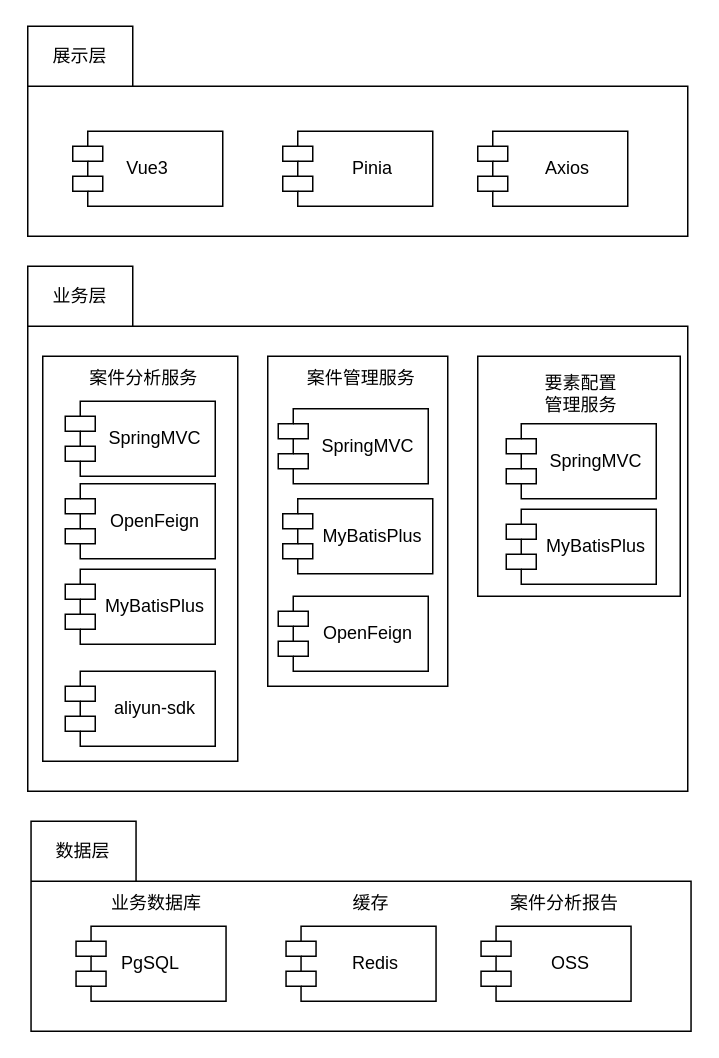
This is 系统开发视图.drawio from Lainy0605/graduate, a draw.io file, before an edit. Source tidied: cells renumbered, new cells numbered last; positions are measured from the earlier drawing's top-left corner, leaving out a move shared by most shapes. Both pictures are drawn from the tidied source at 150%, with x=0, y=0 at pixel (27, 26).
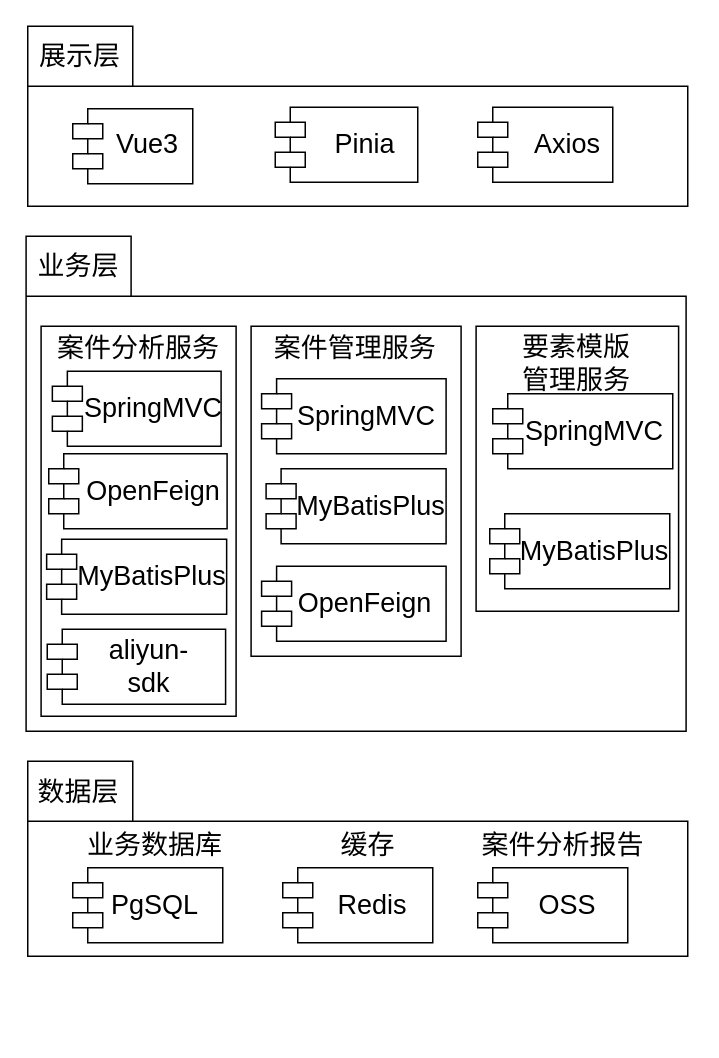
The same page after the edit.

Commit message:
更新系统开发视图.drawio

What changed in the source:
```diff
@@
-    <mxCell id="2" style="shape=folder;fontStyle=1;spacingTop=10;tabWidth=70;tabHeight=40;tabPosition=left;html=1;whiteSpace=wrap;" parent="1" vertex="1">
-      <mxGeometry width="440" height="140" as="geometry" />
+    <mxCell id="2" style="shape=folder;fontStyle=1;spacingTop=10;tabWidth=70;tabHeight=40;tabPosition=left;html=1;whiteSpace=wrap;fontSize=18;" parent="1" vertex="1">
+      <mxGeometry width="440" height="120" as="geometry" />
     </mxCell>
-    <mxCell id="3" value="展示层" style="text;html=1;whiteSpace=wrap;strokeColor=none;fillColor=none;align=center;verticalAlign=middle;rounded=0;" parent="1" vertex="1">
-      <mxGeometry x="10" width="50" height="40" as="geometry" />
+    <mxCell id="3" value="展示层" style="text;html=1;whiteSpace=wrap;strokeColor=none;fillColor=none;align=center;verticalAlign=middle;rounded=0;fontSize=18;" parent="1" vertex="1">
+      <mxGeometry x="5" width="60" height="40" as="geometry" />
     </mxCell>
-    <mxCell id="4" style="shape=module;align=left;spacingLeft=20;align=center;verticalAlign=top;whiteSpace=wrap;html=1;" parent="1" vertex="1">
-      <mxGeometry x="30" y="70" width="100" height="50" as="geometry" />
+    <mxCell id="4" style="shape=module;align=left;spacingLeft=20;align=center;verticalAlign=top;whiteSpace=wrap;html=1;fontSize=18;" parent="1" vertex="1">
+      <mxGeometry x="30" y="55" width="80" height="50" as="geometry" />
     </mxCell>
-    <mxCell id="5" value="Vue3" style="text;html=1;whiteSpace=wrap;strokeColor=none;fillColor=none;align=center;verticalAlign=middle;rounded=0;" parent="1" vertex="1">
-      <mxGeometry x="50" y="80" width="60" height="30" as="geometry" />
+    <mxCell id="5" value="Vue3" style="text;html=1;whiteSpace=wrap;strokeColor=none;fillColor=none;align=center;verticalAlign=middle;rounded=0;fontSize=18;" parent="1" vertex="1">
+      <mxGeometry x="50" y="64" width="60" height="30" as="geometry" />
     </mxCell>
-    <mxCell id="6" style="shape=module;align=left;spacingLeft=20;align=center;verticalAlign=top;whiteSpace=wrap;html=1;" parent="1" vertex="1">
-      <mxGeometry x="170" y="70" width="100" height="50" as="geometry" />
+    <mxCell id="6" style="shape=module;align=left;spacingLeft=20;align=center;verticalAlign=top;whiteSpace=wrap;html=1;fontSize=18;" parent="1" vertex="1">
+      <mxGeometry x="165" y="54" width="95" height="50" as="geometry" />
     </mxCell>
-    <mxCell id="7" value="Pinia" style="text;html=1;whiteSpace=wrap;strokeColor=none;fillColor=none;align=center;verticalAlign=middle;rounded=0;" parent="1" vertex="1">
-      <mxGeometry x="200" y="80" width="60" height="30" as="geometry" />
+    <mxCell id="7" value="Pinia" style="text;html=1;whiteSpace=wrap;strokeColor=none;fillColor=none;align=center;verticalAlign=middle;rounded=0;fontSize=18;" parent="1" vertex="1">
+      <mxGeometry x="195" y="64" width="60" height="30" as="geometry" />
     </mxCell>
-    <mxCell id="8" style="shape=module;align=left;spacingLeft=20;align=center;verticalAlign=top;whiteSpace=wrap;html=1;" parent="1" vertex="1">
-      <mxGeometry x="300" y="70" width="100" height="50" as="geometry" />
+    <mxCell id="8" style="shape=module;align=left;spacingLeft=20;align=center;verticalAlign=top;whiteSpace=wrap;html=1;fontSize=18;" parent="1" vertex="1">
+      <mxGeometry x="300" y="54" width="90" height="50" as="geometry" />
     </mxCell>
-    <mxCell id="9" value="Axios" style="text;html=1;whiteSpace=wrap;strokeColor=none;fillColor=none;align=center;verticalAlign=middle;rounded=0;" parent="1" vertex="1">
-      <mxGeometry x="330" y="80" width="60" height="30" as="geometry" />
+    <mxCell id="9" value="Axios" style="text;html=1;whiteSpace=wrap;strokeColor=none;fillColor=none;align=center;verticalAlign=middle;rounded=0;fontSize=18;" parent="1" vertex="1">
+      <mxGeometry x="330" y="64" width="60" height="30" as="geometry" />
     </mxCell>
-    <mxCell id="10" style="shape=folder;fontStyle=1;spacingTop=10;tabWidth=70;tabHeight=40;tabPosition=left;html=1;whiteSpace=wrap;" parent="1" vertex="1">
-      <mxGeometry y="160" width="440" height="350" as="geometry" />
+    <mxCell id="10" style="shape=folder;fontStyle=1;spacingTop=10;tabWidth=70;tabHeight=40;tabPosition=left;html=1;whiteSpace=wrap;fontSize=18;" parent="1" vertex="1">
+      <mxGeometry x="-1.1" y="140" width="440" height="330" as="geometry" />
     </mxCell>
-    <mxCell id="11" value="业务层" style="text;html=1;whiteSpace=wrap;strokeColor=none;fillColor=none;align=center;verticalAlign=middle;rounded=0;" parent="1" vertex="1">
-      <mxGeometry x="10" y="160" width="50" height="40" as="geometry" />
+    <mxCell id="11" value="业务层" style="text;html=1;whiteSpace=wrap;strokeColor=none;fillColor=none;align=center;verticalAlign=middle;rounded=0;fontSize=18;" parent="1" vertex="1">
+      <mxGeometry x="3.9" y="140" width="60" height="40" as="geometry" />
     </mxCell>
-    <mxCell id="12" style="html=1;whiteSpace=wrap;" parent="1" vertex="1">
-      <mxGeometry x="300" y="220" width="135" height="160" as="geometry" />
+    <mxCell id="12" style="html=1;whiteSpace=wrap;fontSize=18;" parent="1" vertex="1">
+      <mxGeometry x="298.9" y="200" width="135" height="190" as="geometry" />
     </mxCell>
-    <mxCell id="13" value="要素配置管理服务" style="text;html=1;whiteSpace=wrap;strokeColor=none;fillColor=none;align=center;verticalAlign=middle;rounded=0;" parent="1" vertex="1">
-      <mxGeometry x="339" y="230" width="60" height="30" as="geometry" />
+    <mxCell id="13" value="要素模版管理服务" style="text;html=1;whiteSpace=wrap;strokeColor=none;fillColor=none;align=center;verticalAlign=middle;rounded=0;fontSize=18;" parent="1" vertex="1">
+      <mxGeometry x="325.3" y="210" width="82.1" height="30" as="geometry" />
     </mxCell>
-    <mxCell id="14" style="shape=module;align=left;spacingLeft=20;align=center;verticalAlign=top;whiteSpace=wrap;html=1;" parent="1" vertex="1">
-      <mxGeometry x="319" y="265" width="100" height="50" as="geometry" />
+    <mxCell id="14" style="shape=module;align=left;spacingLeft=20;align=center;verticalAlign=top;whiteSpace=wrap;html=1;fontSize=18;" parent="1" vertex="1">
+      <mxGeometry x="310" y="245" width="120" height="50" as="geometry" />
     </mxCell>
-    <mxCell id="15" value="SpringMVC" style="text;html=1;whiteSpace=wrap;strokeColor=none;fillColor=none;align=center;verticalAlign=middle;rounded=0;" parent="1" vertex="1">
-      <mxGeometry x="349" y="275" width="60" height="30" as="geometry" />
+    <mxCell id="15" value="SpringMVC" style="text;html=1;whiteSpace=wrap;strokeColor=none;fillColor=none;align=center;verticalAlign=middle;rounded=0;fontSize=18;" parent="1" vertex="1">
+      <mxGeometry x="347.9" y="255" width="60" height="30" as="geometry" />
     </mxCell>
-    <mxCell id="16" style="shape=folder;fontStyle=1;spacingTop=10;tabWidth=70;tabHeight=40;tabPosition=left;html=1;whiteSpace=wrap;" parent="1" vertex="1">
-      <mxGeometry x="2.2" y="530" width="440" height="140" as="geometry" />
+    <mxCell id="16" style="shape=folder;fontStyle=1;spacingTop=10;tabWidth=70;tabHeight=40;tabPosition=left;html=1;whiteSpace=wrap;fontSize=18;" parent="1" vertex="1">
+      <mxGeometry y="490" width="440" height="130" as="geometry" />
     </mxCell>
-    <mxCell id="17" value="数据层" style="text;html=1;whiteSpace=wrap;strokeColor=none;fillColor=none;align=center;verticalAlign=middle;rounded=0;" parent="1" vertex="1">
-      <mxGeometry x="12.2" y="530" width="50" height="40" as="geometry" />
+    <mxCell id="17" value="数据层" style="text;html=1;whiteSpace=wrap;strokeColor=none;fillColor=none;align=center;verticalAlign=middle;rounded=0;fontSize=18;" parent="1" vertex="1">
+      <mxGeometry x="5" y="491" width="57.8" height="40" as="geometry" />
     </mxCell>
-    <mxCell id="18" style="shape=module;align=left;spacingLeft=20;align=center;verticalAlign=top;whiteSpace=wrap;html=1;" parent="1" vertex="1">
-      <mxGeometry x="32.2" y="600" width="100" height="50" as="geometry" />
+    <mxCell id="18" style="shape=module;align=left;spacingLeft=20;align=center;verticalAlign=top;whiteSpace=wrap;html=1;fontSize=18;" parent="1" vertex="1">
+      <mxGeometry x="30" y="561" width="100" height="50" as="geometry" />
     </mxCell>
-    <mxCell id="19" value="PgSQL" style="text;html=1;whiteSpace=wrap;strokeColor=none;fillColor=none;align=center;verticalAlign=middle;rounded=0;" parent="1" vertex="1">
-      <mxGeometry x="52.2" y="610" width="60" height="30" as="geometry" />
+    <mxCell id="19" value="PgSQL" style="text;html=1;whiteSpace=wrap;strokeColor=none;fillColor=none;align=center;verticalAlign=middle;rounded=0;fontSize=18;" parent="1" vertex="1">
+      <mxGeometry x="54.6" y="571" width="60" height="30" as="geometry" />
     </mxCell>
-    <mxCell id="20" style="shape=module;align=left;spacingLeft=20;align=center;verticalAlign=top;whiteSpace=wrap;html=1;" parent="1" vertex="1">
-      <mxGeometry x="172.2" y="600" width="100" height="50" as="geometry" />
+    <mxCell id="20" style="shape=module;align=left;spacingLeft=20;align=center;verticalAlign=top;whiteSpace=wrap;html=1;fontSize=18;" parent="1" vertex="1">
+      <mxGeometry x="170" y="561" width="100" height="50" as="geometry" />
     </mxCell>
-    <mxCell id="21" value="Redis" style="text;html=1;whiteSpace=wrap;strokeColor=none;fillColor=none;align=center;verticalAlign=middle;rounded=0;" parent="1" vertex="1">
-      <mxGeometry x="202.2" y="610" width="60" height="30" as="geometry" />
+    <mxCell id="21" value="Redis" style="text;html=1;whiteSpace=wrap;strokeColor=none;fillColor=none;align=center;verticalAlign=middle;rounded=0;fontSize=18;" parent="1" vertex="1">
+      <mxGeometry x="200" y="571" width="60" height="30" as="geometry" />
     </mxCell>
-    <mxCell id="22" style="shape=module;align=left;spacingLeft=20;align=center;verticalAlign=top;whiteSpace=wrap;html=1;" parent="1" vertex="1">
-      <mxGeometry x="302.2" y="600" width="100" height="50" as="geometry" />
+    <mxCell id="22" style="shape=module;align=left;spacingLeft=20;align=center;verticalAlign=top;whiteSpace=wrap;html=1;fontSize=18;" parent="1" vertex="1">
+      <mxGeometry x="300" y="561" width="100" height="50" as="geometry" />
     </mxCell>
-    <mxCell id="23" value="OSS" style="text;html=1;whiteSpace=wrap;strokeColor=none;fillColor=none;align=center;verticalAlign=middle;rounded=0;" parent="1" vertex="1">
-      <mxGeometry x="332.2" y="610" width="60" height="30" as="geometry" />
+    <mxCell id="23" value="OSS" style="text;html=1;whiteSpace=wrap;strokeColor=none;fillColor=none;align=center;verticalAlign=middle;rounded=0;fontSize=18;" parent="1" vertex="1">
+      <mxGeometry x="330" y="571" width="60" height="30" as="geometry" />
     </mxCell>
-    <mxCell id="24" value="案件分析报告" style="text;html=1;whiteSpace=wrap;strokeColor=none;fillColor=none;align=center;verticalAlign=middle;rounded=0;" parent="1" vertex="1">
-      <mxGeometry x="318.2" y="570" width="80" height="30" as="geometry" />
+    <mxCell id="24" value="案件分析报告" style="text;html=1;whiteSpace=wrap;strokeColor=none;fillColor=none;align=center;verticalAlign=middle;rounded=0;fontSize=18;" parent="1" vertex="1">
+      <mxGeometry x="300" y="531" width="114" height="30" as="geometry" />
     </mxCell>
-    <mxCell id="25" value="业务数据库" style="text;html=1;whiteSpace=wrap;strokeColor=none;fillColor=none;align=center;verticalAlign=middle;rounded=0;" parent="1" vertex="1">
-      <mxGeometry x="46.2" y="570" width="80" height="30" as="geometry" />
+    <mxCell id="25" value="业务数据库" style="text;html=1;whiteSpace=wrap;strokeColor=none;fillColor=none;align=center;verticalAlign=middle;rounded=0;fontSize=18;" parent="1" vertex="1">
+      <mxGeometry x="36.6" y="531" width="96" height="30" as="geometry" />
     </mxCell>
-    <mxCell id="26" value="缓存" style="text;html=1;whiteSpace=wrap;strokeColor=none;fillColor=none;align=center;verticalAlign=middle;rounded=0;" parent="1" vertex="1">
-      <mxGeometry x="189.2" y="570" width="80" height="30" as="geometry" />
+    <mxCell id="26" value="缓存" style="text;html=1;whiteSpace=wrap;strokeColor=none;fillColor=none;align=center;verticalAlign=middle;rounded=0;fontSize=18;" parent="1" vertex="1">
+      <mxGeometry x="187" y="531" width="80" height="30" as="geometry" />
     </mxCell>
-    <mxCell id="27" style="html=1;whiteSpace=wrap;" parent="1" vertex="1">
-      <mxGeometry x="10" y="220" width="130" height="270" as="geometry" />
+    <mxCell id="27" style="html=1;whiteSpace=wrap;fontSize=18;" parent="1" vertex="1">
+      <mxGeometry x="8.9" y="200" width="130" height="260" as="geometry" />
     </mxCell>
-    <mxCell id="28" value="案件分析服务" style="text;html=1;whiteSpace=wrap;strokeColor=none;fillColor=none;align=center;verticalAlign=middle;rounded=0;" parent="1" vertex="1">
-      <mxGeometry x="40" y="220" width="75" height="30" as="geometry" />
+    <mxCell id="28" value="案件分析服务" style="text;html=1;whiteSpace=wrap;strokeColor=none;fillColor=none;align=center;verticalAlign=middle;rounded=0;fontSize=18;" parent="1" vertex="1">
+      <mxGeometry x="18.9" y="200" width="110" height="30" as="geometry" />
     </mxCell>
-    <mxCell id="29" style="shape=module;align=left;spacingLeft=20;align=center;verticalAlign=top;whiteSpace=wrap;html=1;" parent="1" vertex="1">
-      <mxGeometry x="25" y="250" width="100" height="50" as="geometry" />
+    <mxCell id="29" style="shape=module;align=left;spacingLeft=20;align=center;verticalAlign=top;whiteSpace=wrap;html=1;fontSize=18;" parent="1" vertex="1">
+      <mxGeometry x="16.4" y="230" width="112.5" height="50" as="geometry" />
     </mxCell>
-    <mxCell id="30" value="SpringMVC" style="text;html=1;whiteSpace=wrap;strokeColor=none;fillColor=none;align=center;verticalAlign=middle;rounded=0;" parent="1" vertex="1">
-      <mxGeometry x="55" y="260" width="60" height="30" as="geometry" />
+    <mxCell id="30" value="SpringMVC" style="text;html=1;whiteSpace=wrap;strokeColor=none;fillColor=none;align=center;verticalAlign=middle;rounded=0;fontSize=18;" parent="1" vertex="1">
+      <mxGeometry x="53.9" y="240" width="60" height="30" as="geometry" />
     </mxCell>
-    <mxCell id="31" style="shape=module;align=left;spacingLeft=20;align=center;verticalAlign=top;whiteSpace=wrap;html=1;" parent="1" vertex="1">
-      <mxGeometry x="25" y="305" width="100" height="50" as="geometry" />
+    <mxCell id="31" style="shape=module;align=left;spacingLeft=20;align=center;verticalAlign=top;whiteSpace=wrap;html=1;fontSize=18;" parent="1" vertex="1">
+      <mxGeometry x="14" y="285" width="118.9" height="50" as="geometry" />
     </mxCell>
-    <mxCell id="32" value="OpenFeign" style="text;html=1;whiteSpace=wrap;strokeColor=none;fillColor=none;align=center;verticalAlign=middle;rounded=0;" parent="1" vertex="1">
-      <mxGeometry x="55" y="315" width="60" height="30" as="geometry" />
+    <mxCell id="32" value="OpenFeign" style="text;html=1;whiteSpace=wrap;strokeColor=none;fillColor=none;align=center;verticalAlign=middle;rounded=0;fontSize=18;" parent="1" vertex="1">
+      <mxGeometry x="53.9" y="295" width="60" height="30" as="geometry" />
     </mxCell>
-    <mxCell id="33" style="shape=module;align=left;spacingLeft=20;align=center;verticalAlign=top;whiteSpace=wrap;html=1;" parent="1" vertex="1">
-      <mxGeometry x="25" y="362" width="100" height="50" as="geometry" />
+    <mxCell id="33" style="shape=module;align=left;spacingLeft=20;align=center;verticalAlign=top;whiteSpace=wrap;html=1;fontSize=18;" parent="1" vertex="1">
+      <mxGeometry x="12.6" y="342" width="120" height="50" as="geometry" />
     </mxCell>
-    <mxCell id="34" value="MyBatisPlus" style="text;html=1;whiteSpace=wrap;strokeColor=none;fillColor=none;align=center;verticalAlign=middle;rounded=0;" parent="1" vertex="1">
-      <mxGeometry x="55" y="372" width="60" height="30" as="geometry" />
+    <mxCell id="34" value="MyBatisPlus" style="text;html=1;whiteSpace=wrap;strokeColor=none;fillColor=none;align=center;verticalAlign=middle;rounded=0;fontSize=18;" parent="1" vertex="1">
+      <mxGeometry x="52.9" y="352" width="60" height="30" as="geometry" />
     </mxCell>
-    <mxCell id="35" style="html=1;whiteSpace=wrap;" parent="1" vertex="1">
-      <mxGeometry x="160" y="220" width="120" height="220" as="geometry" />
+    <mxCell id="35" style="html=1;whiteSpace=wrap;fontSize=18;" parent="1" vertex="1">
+      <mxGeometry x="148.9" y="200" width="140" height="220" as="geometry" />
     </mxCell>
-    <mxCell id="36" value="案件管理服务" style="text;html=1;whiteSpace=wrap;strokeColor=none;fillColor=none;align=center;verticalAlign=middle;rounded=0;" parent="1" vertex="1">
-      <mxGeometry x="183" y="220" width="78.5" height="30" as="geometry" />
+    <mxCell id="36" value="案件管理服务" style="text;html=1;whiteSpace=wrap;strokeColor=none;fillColor=none;align=center;verticalAlign=middle;rounded=0;fontSize=18;" parent="1" vertex="1">
+      <mxGeometry x="159.6" y="200" width="117" height="30" as="geometry" />
     </mxCell>
-    <mxCell id="37" style="shape=module;align=left;spacingLeft=20;align=center;verticalAlign=top;whiteSpace=wrap;html=1;" parent="1" vertex="1">
-      <mxGeometry x="170" y="315" width="100" height="50" as="geometry" />
+    <mxCell id="37" style="shape=module;align=left;spacingLeft=20;align=center;verticalAlign=top;whiteSpace=wrap;html=1;fontSize=18;" parent="1" vertex="1">
+      <mxGeometry x="158.9" y="295" width="120" height="50" as="geometry" />
     </mxCell>
-    <mxCell id="38" value="MyBatisPlus" style="text;html=1;whiteSpace=wrap;strokeColor=none;fillColor=none;align=center;verticalAlign=middle;rounded=0;" parent="1" vertex="1">
-      <mxGeometry x="200" y="325" width="60" height="30" as="geometry" />
+    <mxCell id="38" value="MyBatisPlus" style="text;html=1;whiteSpace=wrap;strokeColor=none;fillColor=none;align=center;verticalAlign=middle;rounded=0;fontSize=18;" parent="1" vertex="1">
+      <mxGeometry x="199" y="305" width="60" height="30" as="geometry" />
     </mxCell>
-    <mxCell id="39" style="shape=module;align=left;spacingLeft=20;align=center;verticalAlign=top;whiteSpace=wrap;html=1;" parent="1" vertex="1">
-      <mxGeometry x="167" y="255" width="100" height="50" as="geometry" />
+    <mxCell id="39" style="shape=module;align=left;spacingLeft=20;align=center;verticalAlign=top;whiteSpace=wrap;html=1;fontSize=18;" parent="1" vertex="1">
+      <mxGeometry x="155.9" y="235" width="123" height="50" as="geometry" />
     </mxCell>
-    <mxCell id="40" value="SpringMVC" style="text;html=1;whiteSpace=wrap;strokeColor=none;fillColor=none;align=center;verticalAlign=middle;rounded=0;" parent="1" vertex="1">
-      <mxGeometry x="197" y="265" width="60" height="30" as="geometry" />
+    <mxCell id="40" value="SpringMVC" style="text;html=1;whiteSpace=wrap;strokeColor=none;fillColor=none;align=center;verticalAlign=middle;rounded=0;fontSize=18;" parent="1" vertex="1">
+      <mxGeometry x="195.9" y="245" width="60" height="30" as="geometry" />
     </mxCell>
-    <mxCell id="41" style="shape=module;align=left;spacingLeft=20;align=center;verticalAlign=top;whiteSpace=wrap;html=1;" parent="1" vertex="1">
-      <mxGeometry x="319" y="322" width="100" height="50" as="geometry" />
+    <mxCell id="41" style="shape=module;align=left;spacingLeft=20;align=center;verticalAlign=top;whiteSpace=wrap;html=1;fontSize=18;" parent="1" vertex="1">
+      <mxGeometry x="308" y="325" width="120" height="50" as="geometry" />
     </mxCell>
-    <mxCell id="42" value="MyBatisPlus" style="text;html=1;whiteSpace=wrap;strokeColor=none;fillColor=none;align=center;verticalAlign=middle;rounded=0;" parent="1" vertex="1">
-      <mxGeometry x="349" y="332" width="60" height="30" as="geometry" />
+    <mxCell id="42" value="MyBatisPlus" style="text;html=1;whiteSpace=wrap;strokeColor=none;fillColor=none;align=center;verticalAlign=middle;rounded=0;fontSize=18;" parent="1" vertex="1">
+      <mxGeometry x="347.9" y="335" width="60" height="30" as="geometry" />
     </mxCell>
-    <mxCell id="43" style="shape=module;align=left;spacingLeft=20;align=center;verticalAlign=top;whiteSpace=wrap;html=1;" parent="1" vertex="1">
-      <mxGeometry x="25" y="430" width="100" height="50" as="geometry" />
+    <mxCell id="43" style="shape=module;align=left;spacingLeft=20;align=center;verticalAlign=top;whiteSpace=wrap;html=1;fontSize=18;" parent="1" vertex="1">
+      <mxGeometry x="13" y="402" width="118.9" height="50" as="geometry" />
     </mxCell>
-    <mxCell id="44" value="aliyun-sdk" style="text;html=1;whiteSpace=wrap;strokeColor=none;fillColor=none;align=center;verticalAlign=middle;rounded=0;" parent="1" vertex="1">
-      <mxGeometry x="55" y="440" width="60" height="30" as="geometry" />
+    <mxCell id="44" value="aliyun-sdk" style="text;html=1;whiteSpace=wrap;strokeColor=none;fillColor=none;align=center;verticalAlign=middle;rounded=0;fontSize=18;" parent="1" vertex="1">
+      <mxGeometry x="50.9" y="412" width="60" height="30" as="geometry" />
     </mxCell>
-    <mxCell id="45" style="shape=module;align=left;spacingLeft=20;align=center;verticalAlign=top;whiteSpace=wrap;html=1;" parent="1" vertex="1">
-      <mxGeometry x="167" y="380" width="100" height="50" as="geometry" />
+    <mxCell id="45" style="shape=module;align=left;spacingLeft=20;align=center;verticalAlign=top;whiteSpace=wrap;html=1;fontSize=18;" parent="1" vertex="1">
+      <mxGeometry x="155.9" y="360" width="123" height="50" as="geometry" />
     </mxCell>
-    <mxCell id="46" value="OpenFeign" style="text;html=1;whiteSpace=wrap;strokeColor=none;fillColor=none;align=center;verticalAlign=middle;rounded=0;" parent="1" vertex="1">
-      <mxGeometry x="197" y="390" width="60" height="30" as="geometry" />
+    <mxCell id="46" value="OpenFeign" style="text;html=1;whiteSpace=wrap;strokeColor=none;fillColor=none;align=center;verticalAlign=middle;rounded=0;fontSize=18;" parent="1" vertex="1">
+      <mxGeometry x="194.9" y="370" width="60" height="30" as="geometry" />
     </mxCell>
```
